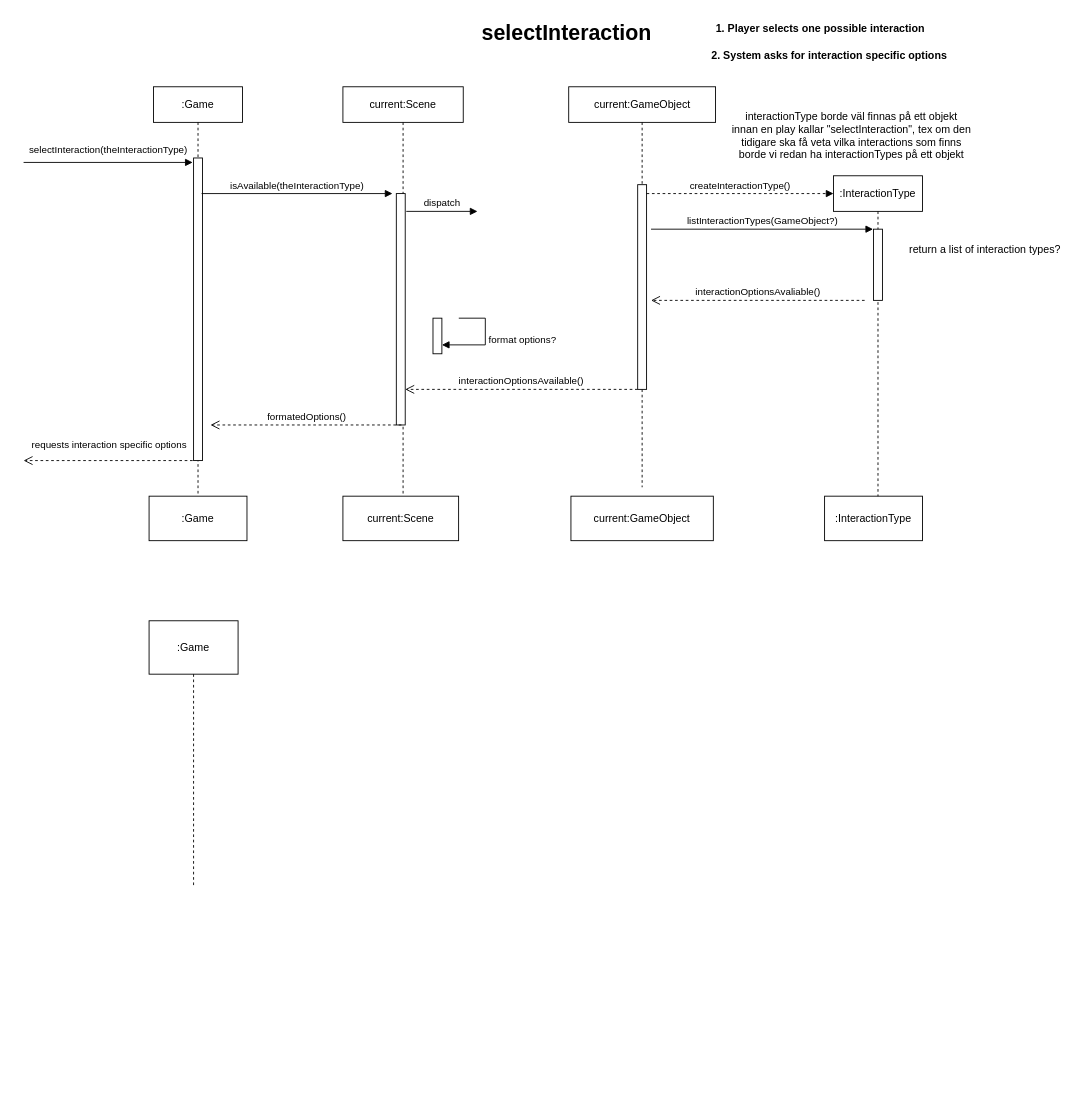
The draw.io diagram page "selectInteraction" (3 of 6) of domain-model.drawio in Jesper-R/PA1460, before the edit. Source tidied: cells renumbered, new cells numbered last; positions are measured from the earlier drawing's top-left corner, leaving out a move shared by most shapes. Both pictures are drawn from the tidied source at 89%, with x=0, y=0 at pixel (23, 15).
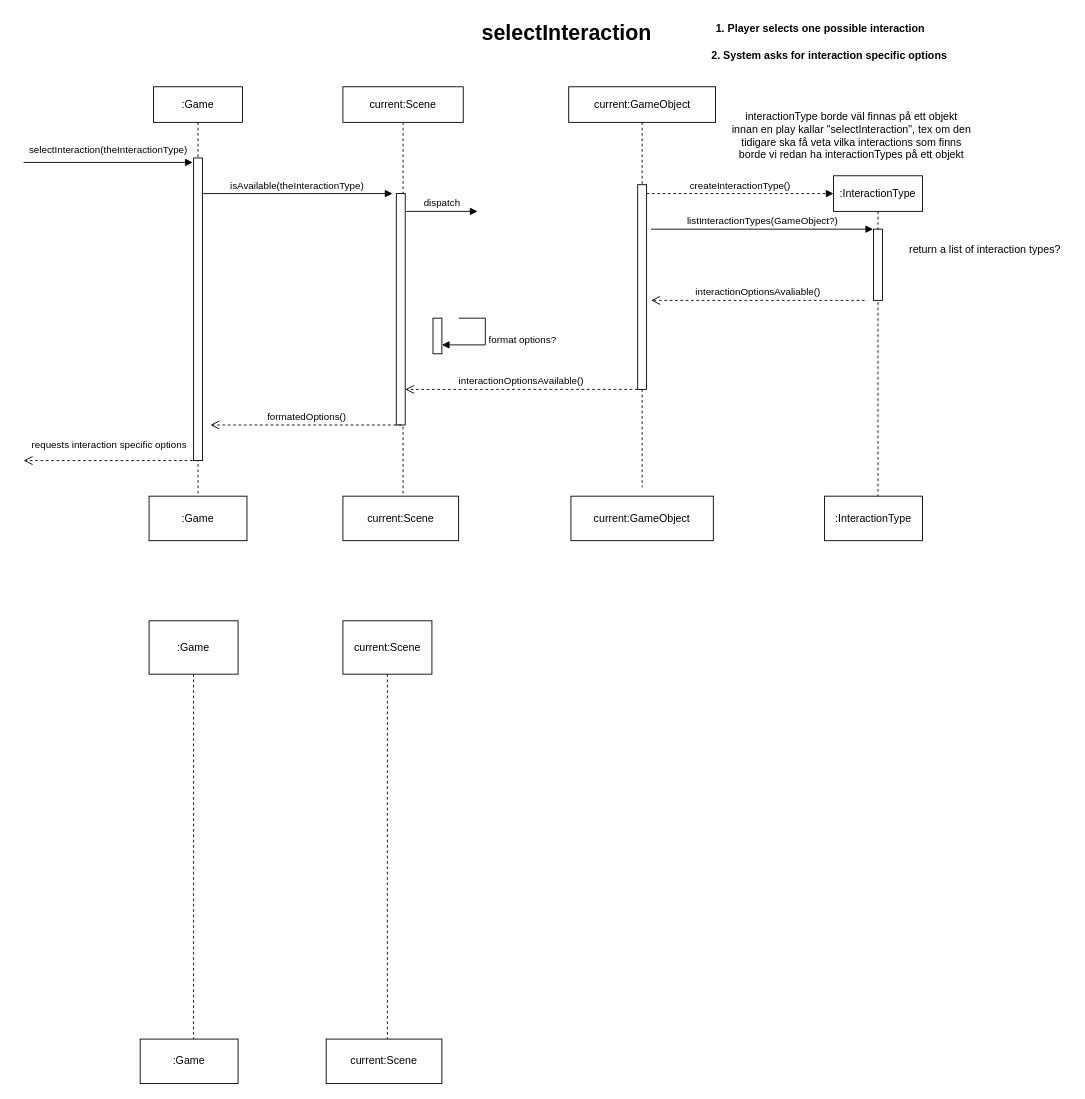
Above is the later version.

Diff of the diagram source:
```diff
@@
     <mxCell id="30" value=":Game" style="shape=umlLifeline;perimeter=lifelinePerimeter;whiteSpace=wrap;html=1;newEdgeStyle={&quot;curved&quot;:0,&quot;rounded&quot;:0};size=60;" parent="1" vertex="1">
-      <mxGeometry x="141" y="680" width="100" height="300" as="geometry" />
+      <mxGeometry x="141" y="680" width="100" height="480" as="geometry" />
     </mxCell>
+    <mxCell id="31" value="current:Scene" style="shape=umlLifeline;perimeter=lifelinePerimeter;whiteSpace=wrap;html=1;newEdgeStyle={&quot;curved&quot;:0,&quot;rounded&quot;:0};size=60;" parent="1" vertex="1">
+      <mxGeometry x="358.8" y="680" width="100" height="480" as="geometry" />
+    </mxCell>
+    <mxCell id="32" value=":Game" style="html=1;whiteSpace=wrap;" parent="1" vertex="1">
+      <mxGeometry x="131" y="1150" width="110" height="50" as="geometry" />
+    </mxCell>
+    <mxCell id="33" value="current:Scene" style="html=1;whiteSpace=wrap;" parent="1" vertex="1">
+      <mxGeometry x="340" y="1150" width="130" height="50" as="geometry" />
+    </mxCell>
```
